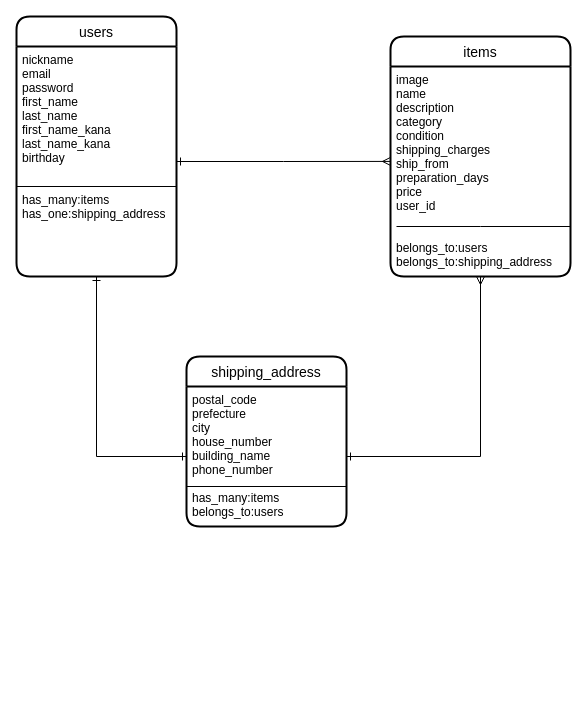
Before: furima.dio in ryo1997/furima-29800, a draw.io diagram. Source tidied: cells renumbered, new cells numbered last; positions are measured from the earlier drawing's top-left corner, leaving out a move shared by most shapes. Both pictures are drawn from the tidied source at 100%, with x=0, y=0 at pixel (16, 16).
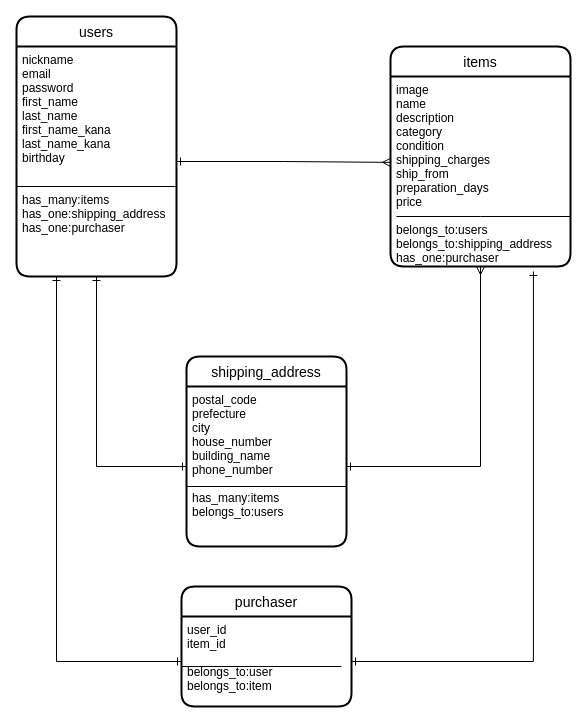
Above is the later version.

Commit message (it also covers changes not shown here):
購入者管理のテーブル作成

Unchanged cells that the change refers to:
```xml
<mxCell id="2" value="users" style="swimlane;horizontal=1;startSize=30;rounded=1;fontSize=14;fontStyle=0;strokeWidth=2;shadow=0;dashed=0;align=center;" parent="1" vertex="1">
  <mxGeometry width="160" height="260" as="geometry" />
</mxCell>
```

What changed in the source:
```diff
@@
-    <mxCell id="3" value="nickname&#10;email&#10;password&#10;first_name&#10;last_name&#10;first_name_kana&#10;last_name_kana&#10;birthday&#10;&#10;&#10;has_many:items&#10;has_one:shipping_address&#10;" style="align=left;strokeColor=none;fillColor=none;spacingLeft=4;fontSize=12;verticalAlign=top;" parent="2" vertex="1">
+    <mxCell id="3" value="nickname&#10;email&#10;password&#10;first_name&#10;last_name&#10;first_name_kana&#10;last_name_kana&#10;birthday&#10;&#10;&#10;has_many:items&#10;has_one:shipping_address&#10;has_one:purchaser&#10;" style="align=left;strokeColor=none;fillColor=none;spacingLeft=4;fontSize=12;verticalAlign=top;" parent="2" vertex="1">
       <mxGeometry y="30" width="160" height="230" as="geometry" />
     </mxCell>
@@
     <mxCell id="7" value="shipping_address" style="swimlane;horizontal=1;startSize=30;rounded=1;fontSize=14;fontStyle=0;strokeWidth=2;shadow=0;dashed=0;align=center;" parent="1" vertex="1">
-      <mxGeometry x="170" y="340" width="160" height="170" as="geometry" />
+      <mxGeometry x="170" y="340" width="160" height="190" as="geometry" />
     </mxCell>
-    <mxCell id="8" value="postal_code&#10;prefecture&#10;city&#10;house_number&#10;building_name&#10;phone_number&#10;&#10;has_many:items&#10;belongs_to:users" style="align=left;strokeColor=none;fillColor=none;spacingLeft=4;fontSize=12;verticalAlign=top;" parent="7" vertex="1">
-      <mxGeometry y="30" width="160" height="140" as="geometry" />
+    <mxCell id="8" value="postal_code&#10;prefecture&#10;city&#10;house_number&#10;building_name&#10;phone_number&#10;&#10;has_many:items&#10;belongs_to:users&#10;&#10;" style="align=left;strokeColor=none;fillColor=none;spacingLeft=4;fontSize=12;verticalAlign=top;" parent="7" vertex="1">
+      <mxGeometry y="30" width="160" height="160" as="geometry" />
     </mxCell>
@@
     <mxCell id="12" value="items" style="swimlane;horizontal=1;startSize=30;rounded=1;fontSize=14;fontStyle=0;strokeWidth=2;shadow=0;dashed=0;align=center;" parent="1" vertex="1">
-      <mxGeometry x="374" y="20" width="180" height="240" as="geometry" />
+      <mxGeometry x="374" y="30" width="180" height="220" as="geometry" />
     </mxCell>
-    <mxCell id="13" value="image&#10;name &#10;description&#10;category&#10;condition&#10;shipping_charges&#10;ship_from&#10;preparation_days&#10;price&#10;user_id&#10;&#10;&#10;belongs_to:users&#10;belongs_to:shipping_address" style="align=left;strokeColor=none;fillColor=none;spacingLeft=4;fontSize=12;verticalAlign=top;" parent="12" vertex="1">
-      <mxGeometry y="30" width="180" height="210" as="geometry" />
+    <mxCell id="13" value="image&#10;name &#10;description&#10;category&#10;condition&#10;shipping_charges&#10;ship_from&#10;preparation_days&#10;price&#10;&#10;belongs_to:users&#10;belongs_to:shipping_address&#10;has_one:purchaser" style="align=left;strokeColor=none;fillColor=none;spacingLeft=4;fontSize=12;verticalAlign=top;" parent="12" vertex="1">
+      <mxGeometry y="30" width="180" height="190" as="geometry" />
     </mxCell>
@@
     <mxCell id="15" style="endArrow=none;html=1;rounded=0;" parent="12" edge="1">
       <mxGeometry relative="1" as="geometry">
-        <mxPoint x="6" y="190" as="sourcePoint" />
-        <mxPoint x="180" y="190" as="targetPoint" />
+        <mxPoint x="6" y="170" as="sourcePoint" />
+        <mxPoint x="180" y="170" as="targetPoint" />
         <Array as="points">
-          <mxPoint x="90" y="190" />
+          <mxPoint x="90" y="170" />
         </Array>
       </mxGeometry>
     </mxCell>
+    <mxCell id="16" style="edgeStyle=orthogonalEdgeStyle;rounded=0;orthogonalLoop=1;jettySize=auto;html=1;exitX=0.5;exitY=1;exitDx=0;exitDy=0;startArrow=ERone;startFill=0;endArrow=ERmany;endFill=0;" parent="12" edge="1" source="13" target="13">
+      <mxGeometry relative="1" as="geometry" />
+    </mxCell>
+    <mxCell id="17" value="purchaser" style="swimlane;horizontal=1;startSize=30;rounded=1;fontSize=14;fontStyle=0;strokeWidth=2;shadow=0;dashed=0;align=center;" parent="1" vertex="1">
+      <mxGeometry x="165" y="570" width="170" height="120" as="geometry" />
+    </mxCell>
+    <mxCell id="18" value="user_id&#10;item_id&#10;&#10;belongs_to:user&#10;belongs_to:item" style="align=left;strokeColor=none;fillColor=none;spacingLeft=4;fontSize=12;verticalAlign=top;" parent="17" vertex="1">
+      <mxGeometry y="30" width="170" height="90" as="geometry" />
+    </mxCell>
+    <mxCell id="19" style="endArrow=none;html=1;rounded=0;" parent="17" edge="1">
+      <mxGeometry relative="1" as="geometry">
+        <mxPoint y="80" as="sourcePoint" />
+        <mxPoint x="160" y="80" as="targetPoint" />
+      </mxGeometry>
+    </mxCell>
+    <mxCell id="20" style="edgeStyle=orthogonalEdgeStyle;rounded=0;jettySize=auto;html=1;exitX=0.25;exitY=1;exitDx=0;exitDy=0;entryX=0;entryY=0.5;entryDx=0;entryDy=0;startArrow=ERone;startFill=0;endArrow=ERone;endFill=0;" parent="1" edge="1" source="3" target="18">
+      <mxGeometry relative="1" as="geometry" />
+    </mxCell>
+    <mxCell id="21" style="edgeStyle=orthogonalEdgeStyle;rounded=0;jettySize=auto;html=1;exitX=1;exitY=0.5;exitDx=0;exitDy=0;entryX=0.794;entryY=1.026;entryDx=0;entryDy=0;entryPerimeter=0;startArrow=ERone;startFill=0;endArrow=ERone;endFill=0;" parent="1" edge="1" source="18" target="13">
+      <mxGeometry relative="1" as="geometry" />
+    </mxCell>
```
